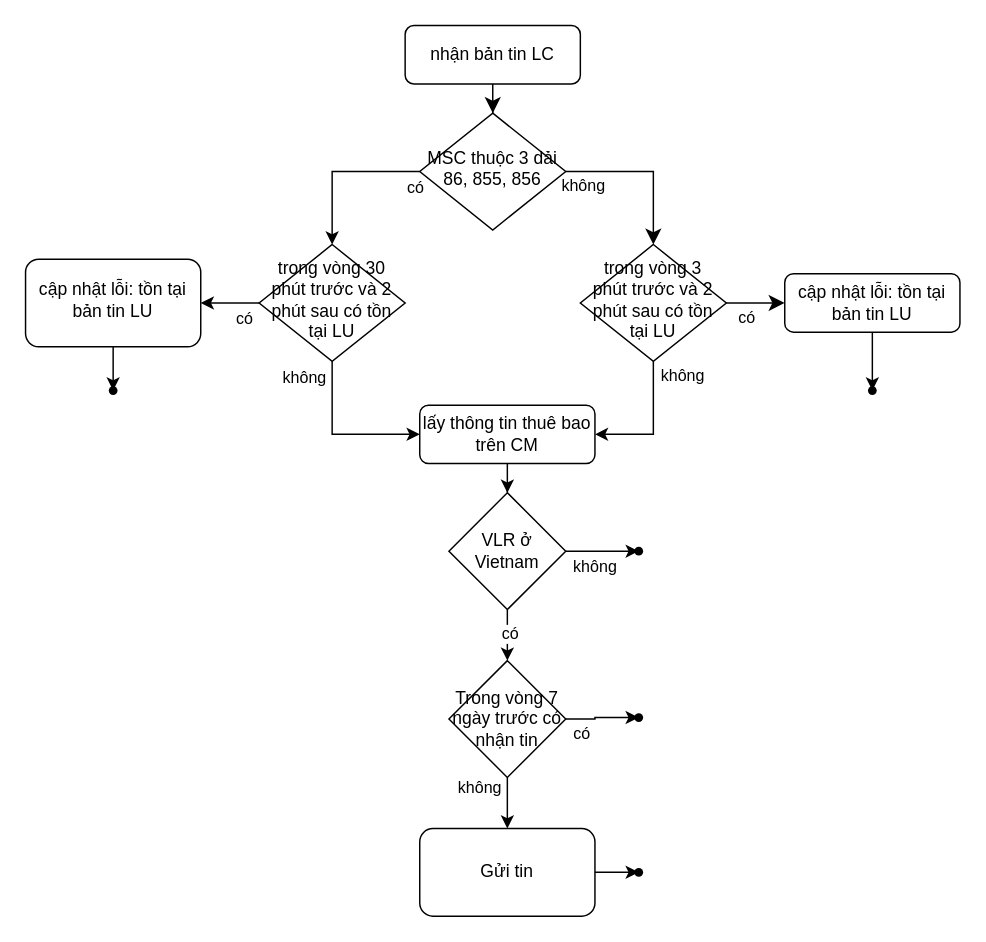
The draw.io diagram welcome back new.drawio in Vipdt5k49/linh_tinh, before the edit. Source tidied: cells renumbered, new cells numbered last; positions are measured from the earlier drawing's top-left corner, leaving out a move shared by most shapes. Both pictures are drawn from the tidied source at 146%, with x=0, y=0 at pixel (25, 25).
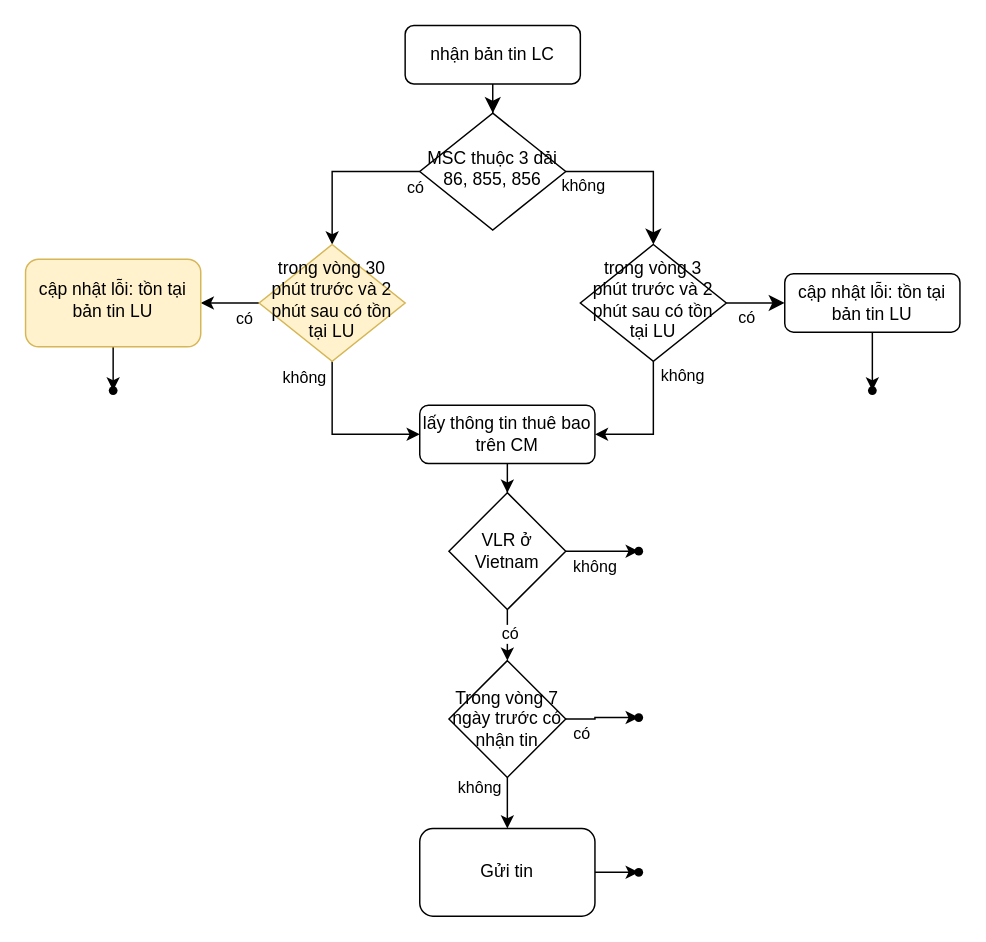
The same diagram, later.

Commit message:
Cập nhật welcome back new.drawio

Diff of the diagram source:
```diff
@@
-    <mxCell id="19" value="&lt;font&gt;trong vòng 30 phút trước và 2 phút sau có tồn tại LU&lt;/font&gt;" style="rhombus;whiteSpace=wrap;html=1;shadow=0;fontFamily=Helvetica;fontSize=12;align=center;strokeWidth=1;spacing=6;spacingTop=-4;" parent="1" vertex="1">
+    <mxCell id="19" value="&lt;font&gt;trong vòng 30 phút trước và 2 phút sau có tồn tại LU&lt;/font&gt;" style="rhombus;whiteSpace=wrap;html=1;shadow=0;fontFamily=Helvetica;fontSize=12;align=center;strokeWidth=1;spacing=6;spacingTop=-4;fillColor=#fff2cc;strokeColor=#d6b656;" parent="1" vertex="1">
       <mxGeometry x="160" y="150" width="100" height="80" as="geometry" />
     </mxCell>
@@
-    <mxCell id="21" value="cập nhật lỗi: tồn tại bản tin LU" style="rounded=1;whiteSpace=wrap;html=1;shadow=0;strokeWidth=1;spacing=6;spacingTop=-4;" parent="1" vertex="1">
+    <mxCell id="21" value="cập nhật lỗi: tồn tại bản tin LU" style="rounded=1;whiteSpace=wrap;html=1;shadow=0;strokeWidth=1;spacing=6;spacingTop=-4;fillColor=#fff2cc;strokeColor=#d6b656;" parent="1" vertex="1">
       <mxGeometry y="160" width="120" height="60" as="geometry" />
     </mxCell>
```
